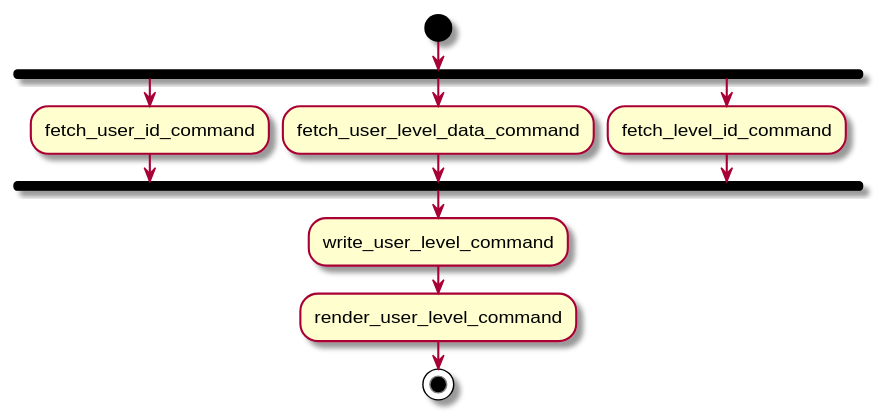
arpb2/C-3PO keeps this PlantUML diagram as build/uml/user_level_put_controller.svg. Above is the earlier version.
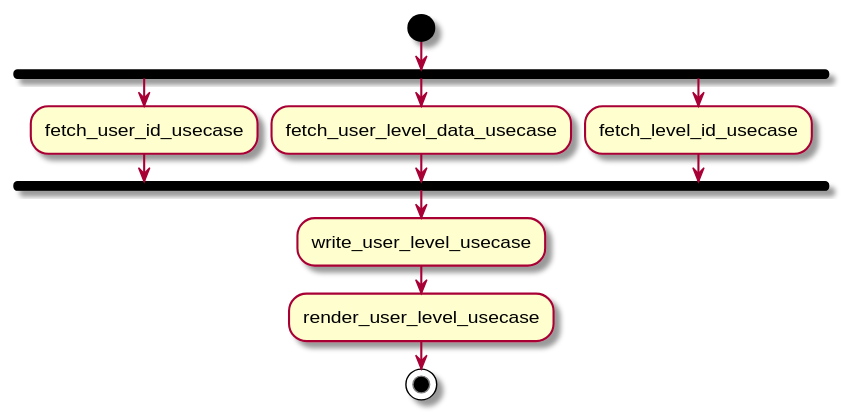
The same file after the commit.

The edit, as a diff of the source:
```diff
@@ -1,13 +1,13 @@
 @startuml
 start
 fork
-:fetch_user_id_command;
+:fetch_user_id_usecase;
 fork again
-:fetch_user_level_data_command;
+:fetch_user_level_data_usecase;
 fork again
-:fetch_level_id_command;
+:fetch_level_id_usecase;
 end fork
-:write_user_level_command;
-:render_user_level_command;
+:write_user_level_usecase;
+:render_user_level_usecase;
 stop
 @enduml
```
